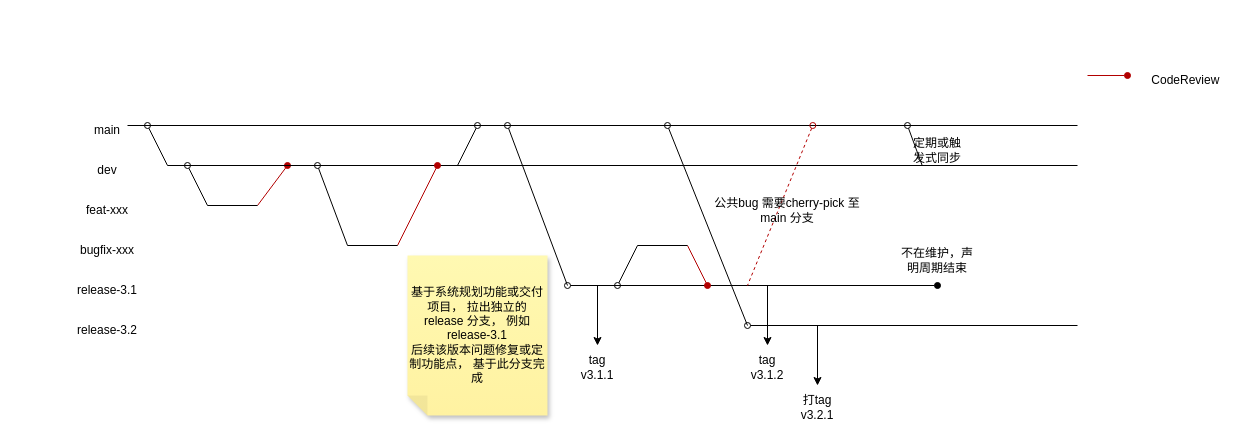
Earlier version of the draw.io diagram page "第 2 页" (2 of 2) of s1.drawio (kingstone95/diagrams). Source tidied: cells renumbered, new cells numbered last; positions are measured from the earlier drawing's top-left corner, leaving out a move shared by most shapes. Both pictures are drawn from the tidied source at 100%, with x=0, y=0 at pixel (67, 65).
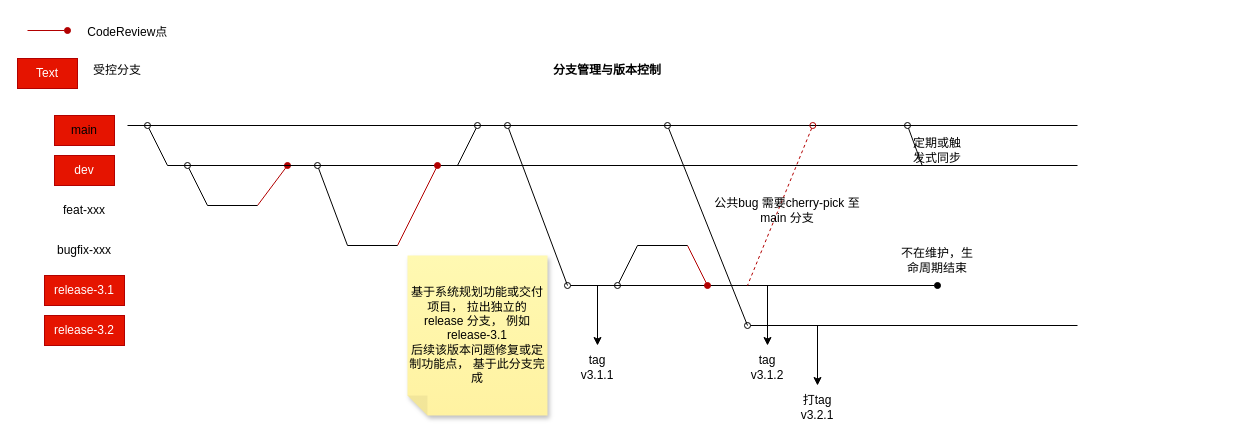
The same page after the edit.

Change to the diagram source:
```diff
@@
-<mxGraphModel>
+<mxGraphModel background="#ffffff">
@@
-    <mxCell id="2" value="main" style="text;strokeColor=none;align=center;fillColor=none;html=1;verticalAlign=middle;whiteSpace=wrap;rounded=0;" parent="1" vertex="1">
-      <mxGeometry x="10" y="50" width="60" height="30" as="geometry" />
+    <mxCell id="2" value="&lt;font color=&quot;#000000&quot;&gt;main&lt;/font&gt;" style="text;strokeColor=#B20000;align=center;fillColor=#e51400;html=1;verticalAlign=middle;whiteSpace=wrap;rounded=0;fontColor=#ffffff;" parent="1" vertex="1">
+      <mxGeometry x="-13" y="50" width="60" height="30" as="geometry" />
     </mxCell>
-    <mxCell id="3" value="dev" style="text;strokeColor=none;align=center;fillColor=none;html=1;verticalAlign=middle;whiteSpace=wrap;rounded=0;" parent="1" vertex="1">
-      <mxGeometry x="10" y="90" width="60" height="30" as="geometry" />
+    <mxCell id="3" value="dev" style="text;strokeColor=#B20000;align=center;fillColor=#e51400;html=1;verticalAlign=middle;whiteSpace=wrap;rounded=0;fontColor=#ffffff;" parent="1" vertex="1">
+      <mxGeometry x="-13" y="90" width="60" height="30" as="geometry" />
     </mxCell>
     <mxCell id="4" value="feat-xxx" style="text;strokeColor=none;align=center;fillColor=none;html=1;verticalAlign=middle;whiteSpace=wrap;rounded=0;" parent="1" vertex="1">
-      <mxGeometry x="10" y="130" width="60" height="30" as="geometry" />
+      <mxGeometry x="-13" y="130" width="60" height="30" as="geometry" />
     </mxCell>
     <mxCell id="5" value="bugfix-xxx" style="text;strokeColor=none;align=center;fillColor=none;html=1;verticalAlign=middle;whiteSpace=wrap;rounded=0;" parent="1" vertex="1">
-      <mxGeometry x="10" y="170" width="60" height="30" as="geometry" />
+      <mxGeometry x="-13" y="170" width="60" height="30" as="geometry" />
     </mxCell>
-    <mxCell id="6" value="release-3.1" style="text;strokeColor=none;align=center;fillColor=none;html=1;verticalAlign=middle;whiteSpace=wrap;rounded=0;" parent="1" vertex="1">
-      <mxGeometry y="210" width="80" height="30" as="geometry" />
+    <mxCell id="6" value="release-3.1" style="text;strokeColor=#B20000;align=center;fillColor=#e51400;html=1;verticalAlign=middle;whiteSpace=wrap;rounded=0;fontColor=#ffffff;" parent="1" vertex="1">
+      <mxGeometry x="-23" y="210" width="80" height="30" as="geometry" />
     </mxCell>
@@
-    <mxCell id="16" value="CodeReview&amp;nbsp;" style="text;strokeColor=none;align=center;fillColor=none;html=1;verticalAlign=middle;whiteSpace=wrap;rounded=0;strokeWidth=1;" parent="1" vertex="1">
-      <mxGeometry x="1070" width="100" height="30" as="geometry" />
+    <mxCell id="16" value="CodeReview点&amp;nbsp;" style="text;strokeColor=none;align=center;fillColor=none;html=1;verticalAlign=middle;whiteSpace=wrap;rounded=0;strokeWidth=1;" parent="1" vertex="1">
+      <mxGeometry x="12" y="-48" width="100" height="30" as="geometry" />
     </mxCell>
@@
     <mxCell id="21" style="edgeStyle=none;orthogonalLoop=1;jettySize=auto;html=1;rounded=0;endArrow=none;endFill=0;startArrow=oval;startFill=1;fillColor=#e51400;strokeColor=#B20000;" parent="1" edge="1">
       <mxGeometry relative="1" as="geometry">
-        <mxPoint x="1060" y="10" as="sourcePoint" />
-        <mxPoint x="1020" y="10" as="targetPoint" />
+        <mxPoint y="-35" as="sourcePoint" />
+        <mxPoint x="-40" y="-35" as="targetPoint" />
       </mxGeometry>
     </mxCell>
@@
-    <mxCell id="31" value="release-3.2" style="text;strokeColor=none;align=center;fillColor=none;html=1;verticalAlign=middle;whiteSpace=wrap;rounded=0;" parent="1" vertex="1">
-      <mxGeometry y="250" width="80" height="30" as="geometry" />
+    <mxCell id="31" value="release-3.2" style="text;strokeColor=#B20000;align=center;fillColor=#e51400;html=1;verticalAlign=middle;whiteSpace=wrap;rounded=0;fontColor=#ffffff;" parent="1" vertex="1">
+      <mxGeometry x="-23" y="250" width="80" height="30" as="geometry" />
     </mxCell>
@@
-    <mxCell id="36" value="不在维护，声明周期结束" style="text;strokeColor=none;align=center;fillColor=none;html=1;verticalAlign=middle;whiteSpace=wrap;rounded=0;strokeWidth=1;" parent="1" vertex="1">
+    <mxCell id="36" value="不在维护，生命周期结束" style="text;strokeColor=none;align=center;fillColor=none;html=1;verticalAlign=middle;whiteSpace=wrap;rounded=0;strokeWidth=1;" parent="1" vertex="1">
       <mxGeometry x="830" y="180" width="80" height="30" as="geometry" />
     </mxCell>
@@
+    <mxCell id="39" value="&lt;font color=&quot;#000000&quot;&gt;&lt;b&gt;分支管理与版本控制&lt;/b&gt;&lt;/font&gt;" style="text;strokeColor=none;align=center;fillColor=none;html=1;verticalAlign=middle;whiteSpace=wrap;rounded=0;strokeWidth=1;fontColor=#FF3333;" parent="1" vertex="1">
+      <mxGeometry x="470" y="-10" width="140" height="30" as="geometry" />
+    </mxCell>
+    <mxCell id="40" value="Text" style="text;strokeColor=#B20000;align=center;fillColor=#e51400;html=1;verticalAlign=middle;whiteSpace=wrap;rounded=0;strokeWidth=1;fontColor=#ffffff;" parent="1" vertex="1">
+      <mxGeometry x="-50" y="-7" width="60" height="30" as="geometry" />
+    </mxCell>
+    <mxCell id="41" value="受控分支" style="text;strokeColor=none;align=center;fillColor=none;html=1;verticalAlign=middle;whiteSpace=wrap;rounded=0;strokeWidth=1;fontColor=#000000;" parent="1" vertex="1">
+      <mxGeometry x="20" y="-10" width="60" height="30" as="geometry" />
+    </mxCell>
```
